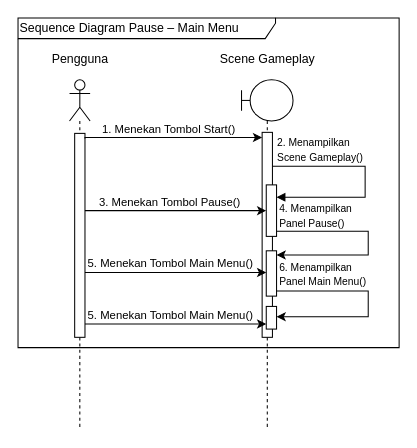
Earlier version of the draw.io diagram skripsi/skripsi/gambar/BAB III/Sequence Diagram/Sequence Diagram Pause – Main Menu.drawio (hako-975/UNPAM-File). Source tidied: cells renumbered, new cells numbered last; positions are measured from the earlier drawing's top-left corner, leaving out a move shared by most shapes. Both pictures are drawn from the tidied source at 103%, with x=0, y=0 at pixel (18, 18).
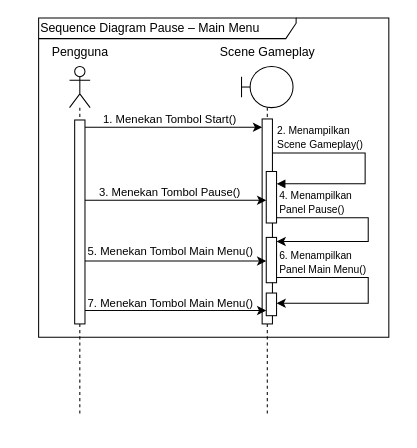
Above is the later version.

Unchanged cells that the change refers to:
```xml
<mxCell id="3" style="html=1;points=[[0,0,0,0,5],[0,1,0,0,-5],[1,0,0,0,5],[1,1,0,0,-5]];perimeter=orthogonalPerimeter;outlineConnect=0;targetShapes=umlLifeline;portConstraint=eastwest;newEdgeStyle={&quot;curved&quot;:0,&quot;rounded&quot;:0};" parent="2" vertex="1">
  <mxGeometry x="5" y="52" width="10" height="198" as="geometry" />
</mxCell>
<mxCell id="7" style="html=1;points=[[0,0,0,0,5],[0,1,0,0,-5],[1,0,0,0,5],[1,1,0,0,-5]];perimeter=orthogonalPerimeter;outlineConnect=0;targetShapes=umlLifeline;portConstraint=eastwest;newEdgeStyle={&quot;curved&quot;:0,&quot;rounded&quot;:0};" parent="6" vertex="1">
  <mxGeometry x="20" y="51" width="10" height="199" as="geometry" />
</mxCell>
<mxCell id="10" style="html=1;points=[[0,0,0,0,5],[0,1,0,0,-5],[1,0,0,0,5],[1,1,0,0,-5]];perimeter=orthogonalPerimeter;outlineConnect=0;targetShapes=umlLifeline;portConstraint=eastwest;newEdgeStyle={&quot;curved&quot;:0,&quot;rounded&quot;:0};" parent="6" vertex="1">
  <mxGeometry x="24" y="102" width="10" height="50" as="geometry" />
</mxCell>
<mxCell id="12" style="html=1;points=[[0,0,0,0,5],[0,1,0,0,-5],[1,0,0,0,5],[1,1,0,0,-5]];perimeter=orthogonalPerimeter;outlineConnect=0;targetShapes=umlLifeline;portConstraint=eastwest;newEdgeStyle={&quot;curved&quot;:0,&quot;rounded&quot;:0};" parent="6" vertex="1">
  <mxGeometry x="24" y="220" width="10" height="22" as="geometry" />
</mxCell>
```

The edit, as a diff of the source:
```diff
@@
     <mxCell id="2" value="&lt;div&gt;&lt;/div&gt;" style="shape=umlLifeline;perimeter=lifelinePerimeter;whiteSpace=wrap;html=1;newEdgeStyle={&quot;curved&quot;:0,&quot;rounded&quot;:0};participant=umlActor;size=40;" parent="1" vertex="1">
-      <mxGeometry x="50" y="60" width="20" height="340" as="geometry" />
+      <mxGeometry x="50" y="47" width="20" height="340" as="geometry" />
     </mxCell>
@@
     <mxCell id="4" value="&lt;div&gt;Pengguna&lt;/div&gt;" style="text;html=1;align=center;verticalAlign=middle;strokeColor=none;fillColor=none;" parent="1" vertex="1">
-      <mxGeometry x="20" y="25" width="80" height="30" as="geometry" />
+      <mxGeometry x="20" y="18" width="80" height="30" as="geometry" />
     </mxCell>
     <mxCell id="5" value="Sequence Diagram Pause – Main Menu" style="shape=umlFrame;whiteSpace=wrap;html=1;width=250;height=20;align=left;" parent="1" vertex="1">
-      <mxGeometry width="370" height="320" as="geometry" />
+      <mxGeometry x="20" width="340" height="310" as="geometry" />
     </mxCell>
     <mxCell id="6" style="shape=umlLifeline;perimeter=lifelinePerimeter;whiteSpace=wrap;html=1;newEdgeStyle={&quot;curved&quot;:0,&quot;rounded&quot;:0};participant=umlBoundary;" parent="1" vertex="1">
-      <mxGeometry x="217" y="60" width="50" height="339" as="geometry" />
+      <mxGeometry x="217" y="47" width="50" height="339" as="geometry" />
     </mxCell>
@@
     <mxCell id="14" value="&lt;div&gt;Scene Gameplay&lt;/div&gt;" style="text;html=1;align=center;verticalAlign=middle;strokeColor=none;fillColor=none;" parent="1" vertex="1">
-      <mxGeometry x="182" y="25" width="120" height="30" as="geometry" />
+      <mxGeometry x="182" y="18" width="120" height="30" as="geometry" />
     </mxCell>
-    <mxCell id="15" style="edgeStyle=orthogonalEdgeStyle;rounded=0;jettySize=auto;html=1;curved=0;entryX=0;entryY=0;entryDx=0;entryDy=5;entryPerimeter=0;exitX=1;exitY=0;exitDx=0;exitDy=5;exitPerimeter=0;" parent="1" edge="1" source="3" target="7">
+    <mxCell id="15" style="rounded=0;jettySize=auto;html=1;exitX=1;exitY=0;exitDx=0;exitDy=5;exitPerimeter=0;" parent="1" edge="1" target="7">
       <mxGeometry relative="1" as="geometry">
-        <Array as="points">
-          <mxPoint x="65" y="116" />
-        </Array>
+        <mxPoint x="65" y="106" as="sourcePoint" />
       </mxGeometry>
     </mxCell>
@@
     <mxCell id="17" value="&lt;span style=&quot;font-size: 10px;&quot;&gt;2. Menampilkan&amp;nbsp;&lt;/span&gt;&lt;div&gt;&lt;span style=&quot;font-size: 10px;&quot;&gt;Scene&amp;nbsp;&lt;/span&gt;&lt;span style=&quot;font-size: 10px;&quot;&gt;Gameplay()&lt;/span&gt;&lt;/div&gt;" style="edgeLabel;html=1;align=left;verticalAlign=middle;" parent="15" vertex="1">
       <mxGeometry x="-0.33" y="1" relative="1" as="geometry">
-        <mxPoint x="128" y="12" as="offset" />
+        <mxPoint x="127" y="10" as="offset" />
       </mxGeometry>
     </mxCell>
-    <mxCell id="18" style="edgeStyle=orthogonalEdgeStyle;rounded=0;jettySize=auto;html=1;curved=0;" parent="1" edge="1" source="3" target="10">
+    <mxCell id="18" style="edgeStyle=orthogonalEdgeStyle;rounded=0;orthogonalLoop=1;jettySize=auto;html=1;curved=0;" parent="1" edge="1">
       <mxGeometry relative="1" as="geometry">
+        <mxPoint x="65" y="177" as="sourcePoint" />
+        <mxPoint x="241" y="177" as="targetPoint" />
         <Array as="points">
-          <mxPoint x="110" y="187" />
-          <mxPoint x="110" y="187" />
+          <mxPoint x="110" y="177" />
+          <mxPoint x="110" y="177" />
         </Array>
       </mxGeometry>
     </mxCell>
     <mxCell id="19" value="3. Menekan Tombol Pause()" style="edgeLabel;html=1;align=left;verticalAlign=middle;" parent="1" vertex="1">
-      <mxGeometry x="77" y="178" as="geometry" />
+      <mxGeometry x="77" y="168" as="geometry" />
     </mxCell>
     <mxCell id="20" value="&lt;span style=&quot;font-size: 10px;&quot;&gt;4. Menampilkan&amp;nbsp;&lt;/span&gt;&lt;div&gt;&lt;span style=&quot;font-size: 10px;&quot;&gt;Panel Pause&lt;/span&gt;&lt;span style=&quot;font-size: 10px;&quot;&gt;()&lt;/span&gt;&lt;/div&gt;" style="edgeLabel;html=1;align=left;verticalAlign=middle;" parent="1" vertex="1">
-      <mxGeometry x="252" y="191" as="geometry" />
+      <mxGeometry x="252" y="178" as="geometry" />
     </mxCell>
-    <mxCell id="21" style="edgeStyle=orthogonalEdgeStyle;rounded=0;jettySize=auto;html=1;curved=0;" parent="1" edge="1" source="3">
+    <mxCell id="21" style="edgeStyle=orthogonalEdgeStyle;rounded=0;orthogonalLoop=1;jettySize=auto;html=1;curved=0;" parent="1" edge="1">
       <mxGeometry relative="1" as="geometry">
-        <mxPoint x="241" y="247" as="targetPoint" />
+        <mxPoint x="65" y="236" as="sourcePoint" />
+        <mxPoint x="241" y="236" as="targetPoint" />
         <Array as="points">
-          <mxPoint x="110" y="247" />
-          <mxPoint x="110" y="247" />
+          <mxPoint x="110" y="236" />
+          <mxPoint x="110" y="236" />
         </Array>
       </mxGeometry>
     </mxCell>
     <mxCell id="22" value="5. Menekan Tombol Main Menu()" style="edgeLabel;html=1;align=left;verticalAlign=middle;" parent="1" vertex="1">
-      <mxGeometry x="66" y="237.7" as="geometry" />
+      <mxGeometry x="66" y="226.7" as="geometry" />
     </mxCell>
     <mxCell id="23" value="&lt;span style=&quot;font-size: 10px;&quot;&gt;6. Menampilkan&lt;br&gt;Panel Main Menu()&lt;/span&gt;" style="edgeLabel;html=1;align=left;verticalAlign=middle;" parent="1" vertex="1">
-      <mxGeometry x="252" y="248" as="geometry" />
+      <mxGeometry x="252" y="236" as="geometry" />
     </mxCell>
-    <mxCell id="24" style="edgeStyle=orthogonalEdgeStyle;rounded=0;jettySize=auto;html=1;curved=0;entryX=0;entryY=1;entryDx=0;entryDy=-5;entryPerimeter=0;" parent="1" edge="1" source="3" target="12">
-      <mxGeometry relative="1" as="geometry">
-        <Array as="points">
-          <mxPoint x="110" y="297" />
-          <mxPoint x="110" y="297" />
-        </Array>
-      </mxGeometry>
+    <mxCell id="24" style="rounded=0;jettySize=auto;html=1;entryX=0;entryY=1;entryDx=0;entryDy=-5;entryPerimeter=0;" parent="1" edge="1" source="3" target="12">
+      <mxGeometry relative="1" as="geometry" />
     </mxCell>
-    <mxCell id="25" value="5. Menekan Tombol Main Menu()" style="edgeLabel;html=1;align=left;verticalAlign=middle;" parent="1" vertex="1">
-      <mxGeometry x="66" y="288" as="geometry" />
+    <mxCell id="25" value="7. Menekan Tombol Main Menu()" style="edgeLabel;html=1;align=left;verticalAlign=middle;" parent="1" vertex="1">
+      <mxGeometry x="66" y="276" as="geometry" />
     </mxCell>
```
